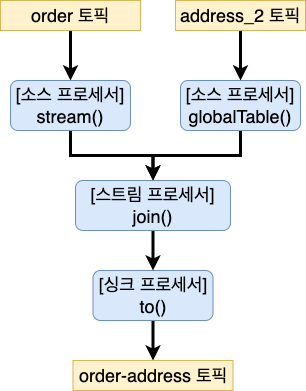
The draw.io diagram img/kafka/kafka-streams-dsl-8.drawio.png in windowforsun/blog, before a commit. Source tidied: cells renumbered, new cells last; positions are measured from the earlier drawing's top-left corner, leaving out a move shared by most shapes. Its diagram source:
```xml
<mxGraphModel>
  <root>
    <mxCell id="0" />
    <mxCell id="1" parent="0" />
    <mxCell id="2" style="edgeStyle=orthogonalEdgeStyle;rounded=0;jettySize=auto;html=1;exitX=0.5;exitY=1;exitDx=0;exitDy=0;entryX=0.5;entryY=0;entryDx=0;entryDy=0;fontSize=18;strokeWidth=3;" parent="1" edge="1" source="3" target="5">
      <mxGeometry relative="1" as="geometry" />
    </mxCell>
    <mxCell id="3" value="&lt;font style=&quot;font-size: 18px;&quot;&gt;order 토픽&lt;/font&gt;" style="rounded=0;whiteSpace=wrap;html=1;fillColor=#fff2cc;strokeColor=#d6b656;" parent="1" vertex="1">
      <mxGeometry width="140" height="30" as="geometry" />
    </mxCell>
    <mxCell id="4" style="edgeStyle=orthogonalEdgeStyle;rounded=0;jettySize=auto;html=1;exitX=0.5;exitY=1;exitDx=0;exitDy=0;strokeWidth=3;fontSize=18;entryX=0.5;entryY=0;entryDx=0;entryDy=0;" parent="1" edge="1" source="5" target="10">
      <mxGeometry relative="1" as="geometry" />
    </mxCell>
    <mxCell id="5" value="[소스 프로세서]&lt;br&gt;stream()" style="rounded=1;whiteSpace=wrap;html=1;fontSize=18;fillColor=#dae8fc;strokeColor=#6c8ebf;" parent="1" vertex="1">
      <mxGeometry x="10" y="80" width="120" height="50" as="geometry" />
    </mxCell>
    <mxCell id="6" style="edgeStyle=orthogonalEdgeStyle;rounded=0;jettySize=auto;html=1;exitX=0.5;exitY=1;exitDx=0;exitDy=0;entryX=0.5;entryY=0;entryDx=0;entryDy=0;strokeWidth=3;fontSize=18;" parent="1" edge="1" source="7" target="8">
      <mxGeometry relative="1" as="geometry" />
    </mxCell>
    <mxCell id="7" value="[싱크 프로세서]&lt;br&gt;to()" style="rounded=1;whiteSpace=wrap;html=1;fontSize=18;fillColor=#dae8fc;strokeColor=#6c8ebf;" parent="1" vertex="1">
      <mxGeometry x="92.5" y="270" width="120" height="50" as="geometry" />
    </mxCell>
    <mxCell id="8" value="&lt;font style=&quot;font-size: 18px;&quot;&gt;order-address 토픽&lt;/font&gt;" style="rounded=0;whiteSpace=wrap;html=1;fillColor=#fff2cc;strokeColor=#d6b656;" parent="1" vertex="1">
      <mxGeometry x="72.5" y="360" width="160" height="30" as="geometry" />
    </mxCell>
    <mxCell id="9" style="edgeStyle=orthogonalEdgeStyle;rounded=0;jettySize=auto;html=1;exitX=0.5;exitY=1;exitDx=0;exitDy=0;entryX=0.5;entryY=0;entryDx=0;entryDy=0;strokeWidth=3;" parent="1" edge="1" source="10" target="7">
      <mxGeometry relative="1" as="geometry" />
    </mxCell>
    <mxCell id="10" value="[스트림 프로세서]&lt;br&gt;join()" style="rounded=1;whiteSpace=wrap;html=1;fontSize=18;fillColor=#dae8fc;strokeColor=#6c8ebf;" parent="1" vertex="1">
      <mxGeometry x="75" y="180" width="155" height="50" as="geometry" />
    </mxCell>
    <mxCell id="11" style="edgeStyle=orthogonalEdgeStyle;rounded=0;jettySize=auto;html=1;exitX=0.5;exitY=1;exitDx=0;exitDy=0;entryX=0.5;entryY=0;entryDx=0;entryDy=0;strokeWidth=3;" parent="1" edge="1" source="12" target="14">
      <mxGeometry relative="1" as="geometry" />
    </mxCell>
    <mxCell id="12" value="&lt;font style=&quot;font-size: 18px;&quot;&gt;address_2 토픽&lt;/font&gt;" style="rounded=0;whiteSpace=wrap;html=1;fillColor=#fff2cc;strokeColor=#d6b656;" parent="1" vertex="1">
      <mxGeometry x="175" width="130" height="30" as="geometry" />
    </mxCell>
    <mxCell id="13" style="edgeStyle=orthogonalEdgeStyle;rounded=0;jettySize=auto;html=1;exitX=0.5;exitY=1;exitDx=0;exitDy=0;entryX=0.5;entryY=0;entryDx=0;entryDy=0;strokeWidth=3;" parent="1" edge="1" source="14" target="10">
      <mxGeometry relative="1" as="geometry" />
    </mxCell>
    <mxCell id="14" value="[소스 프로세서]&lt;br&gt;globalTable()" style="rounded=1;whiteSpace=wrap;html=1;fontSize=18;fillColor=#dae8fc;strokeColor=#6c8ebf;" parent="1" vertex="1">
      <mxGeometry x="180" y="80" width="120" height="50" as="geometry" />
    </mxCell>
  </root>
</mxGraphModel>
```
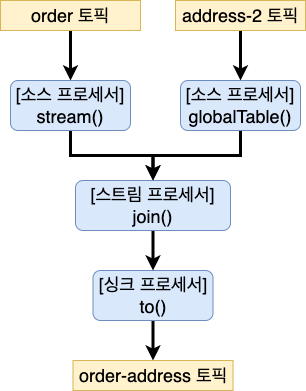
After the commit.

Commit message:
kafka-streams-dsl-8.drawio.png이 추가되었습니다.

What changed in the source:
```diff
@@ -32,7 +32,7 @@
     <mxCell id="11" style="edgeStyle=orthogonalEdgeStyle;rounded=0;jettySize=auto;html=1;exitX=0.5;exitY=1;exitDx=0;exitDy=0;entryX=0.5;entryY=0;entryDx=0;entryDy=0;strokeWidth=3;" parent="1" edge="1" source="12" target="14">
       <mxGeometry relative="1" as="geometry" />
     </mxCell>
-    <mxCell id="12" value="&lt;font style=&quot;font-size: 18px;&quot;&gt;address_2 토픽&lt;/font&gt;" style="rounded=0;whiteSpace=wrap;html=1;fillColor=#fff2cc;strokeColor=#d6b656;" parent="1" vertex="1">
+    <mxCell id="12" value="&lt;font style=&quot;font-size: 18px;&quot;&gt;address-2 토픽&lt;/font&gt;" style="rounded=0;whiteSpace=wrap;html=1;fillColor=#fff2cc;strokeColor=#d6b656;" parent="1" vertex="1">
       <mxGeometry x="175" width="130" height="30" as="geometry" />
     </mxCell>
     <mxCell id="13" style="edgeStyle=orthogonalEdgeStyle;rounded=0;jettySize=auto;html=1;exitX=0.5;exitY=1;exitDx=0;exitDy=0;entryX=0.5;entryY=0;entryDx=0;entryDy=0;strokeWidth=3;" parent="1" edge="1" source="14" target="10">
```
